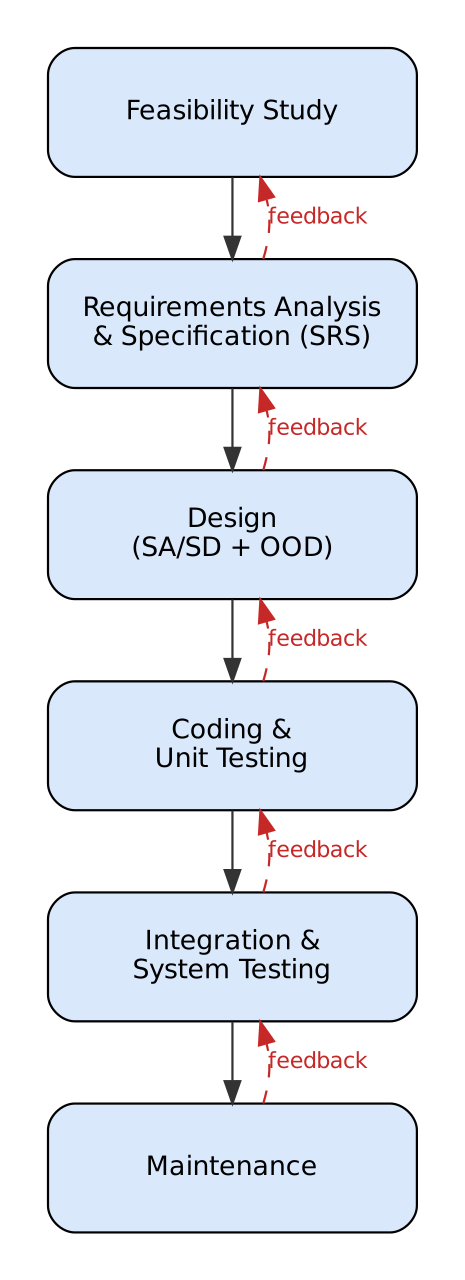
praksingh-2702/AirportMS keeps this Graphviz diagram as docs/diagrams/lifecycle_iterative_waterfall.png. Above is the earlier version. Its source is kept beside it as docs/diagrams/lifecycle_iterative_waterfall.dot. The source it was exported from:
```dot
digraph "lifecycle_iterative_waterfall" {
  graph [fontname="DejaVu Sans" pad=0.3 rankdir=TB nodesep=0.4 ranksep=0.35];
  node [fontname="DejaVu Sans" fontsize=12];
  edge [fontname="DejaVu Sans" fontsize=10 color="#333333"];
  node [shape=box style="rounded,filled" fillcolor="#D9E8FB" width=2.3 height=0.8];
  p0 [label="Feasibility Study"];
  p1 [label="Requirements Analysis
& Specification (SRS)"];
  p2 [label="Design
(SA/SD + OOD)"];
  p3 [label="Coding &
Unit Testing"];
  p4 [label="Integration &
System Testing"];
  p5 [label="Maintenance"];
  p0 -> p1 [weight=10];
  p1 -> p0 [style=dashed color="#C62828" constraint=false label="feedback" fontcolor="#C62828"];
  p1 -> p2 [weight=10];
  p2 -> p1 [style=dashed color="#C62828" constraint=false label="feedback" fontcolor="#C62828"];
  p2 -> p3 [weight=10];
  p3 -> p2 [style=dashed color="#C62828" constraint=false label="feedback" fontcolor="#C62828"];
  p3 -> p4 [weight=10];
  p4 -> p3 [style=dashed color="#C62828" constraint=false label="feedback" fontcolor="#C62828"];
  p4 -> p5 [weight=10];
  p5 -> p4 [style=dashed color="#C62828" constraint=false label="feedback" fontcolor="#C62828"];
}
```
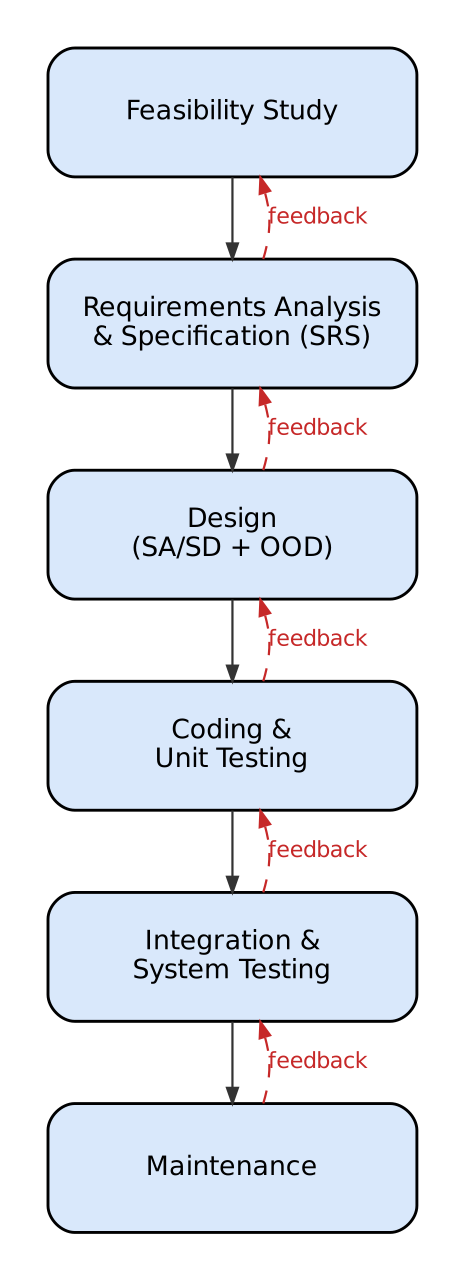
Above is the later version.

Diff of the diagram source:
```diff
@@ -1,26 +1,22 @@
-digraph "lifecycle_iterative_waterfall" {
-  graph [fontname="DejaVu Sans" pad=0.3 rankdir=TB nodesep=0.4 ranksep=0.35];
-  node [fontname="DejaVu Sans" fontsize=12];
-  edge [fontname="DejaVu Sans" fontsize=10 color="#333333"];
-  node [shape=box style="rounded,filled" fillcolor="#D9E8FB" width=2.3 height=0.8];
+digraph "lifecycle" {
+  graph [rankdir=TB bgcolor="#FFFFFF" fontname="DejaVu Sans" pad=0.3 splines=true nodesep=0.4 ranksep=0.35];
+  node [fontname="DejaVu Sans" fontsize=12 color="#000000" fillcolor="#D9E8FB" style=filled penwidth=1.3];
+  edge [fontname="DejaVu Sans" fontsize=10 color="#444444" arrowsize=0.7];
+  node [shape=box style="rounded,filled" width=2.3 height=0.8];
   p0 [label="Feasibility Study"];
-  p1 [label="Requirements Analysis
-& Specification (SRS)"];
-  p2 [label="Design
-(SA/SD + OOD)"];
-  p3 [label="Coding &
-Unit Testing"];
-  p4 [label="Integration &
-System Testing"];
+  p1 [label="Requirements Analysis\n& Specification (SRS)"];
+  p2 [label="Design\n(SA/SD + OOD)"];
+  p3 [label="Coding &\nUnit Testing"];
+  p4 [label="Integration &\nSystem Testing"];
   p5 [label="Maintenance"];
-  p0 -> p1 [weight=10];
+  p0 -> p1 [weight=10 color="#333333"];
   p1 -> p0 [style=dashed color="#C62828" constraint=false label="feedback" fontcolor="#C62828"];
-  p1 -> p2 [weight=10];
+  p1 -> p2 [weight=10 color="#333333"];
   p2 -> p1 [style=dashed color="#C62828" constraint=false label="feedback" fontcolor="#C62828"];
-  p2 -> p3 [weight=10];
+  p2 -> p3 [weight=10 color="#333333"];
   p3 -> p2 [style=dashed color="#C62828" constraint=false label="feedback" fontcolor="#C62828"];
-  p3 -> p4 [weight=10];
+  p3 -> p4 [weight=10 color="#333333"];
   p4 -> p3 [style=dashed color="#C62828" constraint=false label="feedback" fontcolor="#C62828"];
-  p4 -> p5 [weight=10];
+  p4 -> p5 [weight=10 color="#333333"];
   p5 -> p4 [style=dashed color="#C62828" constraint=false label="feedback" fontcolor="#C62828"];
 }
```
